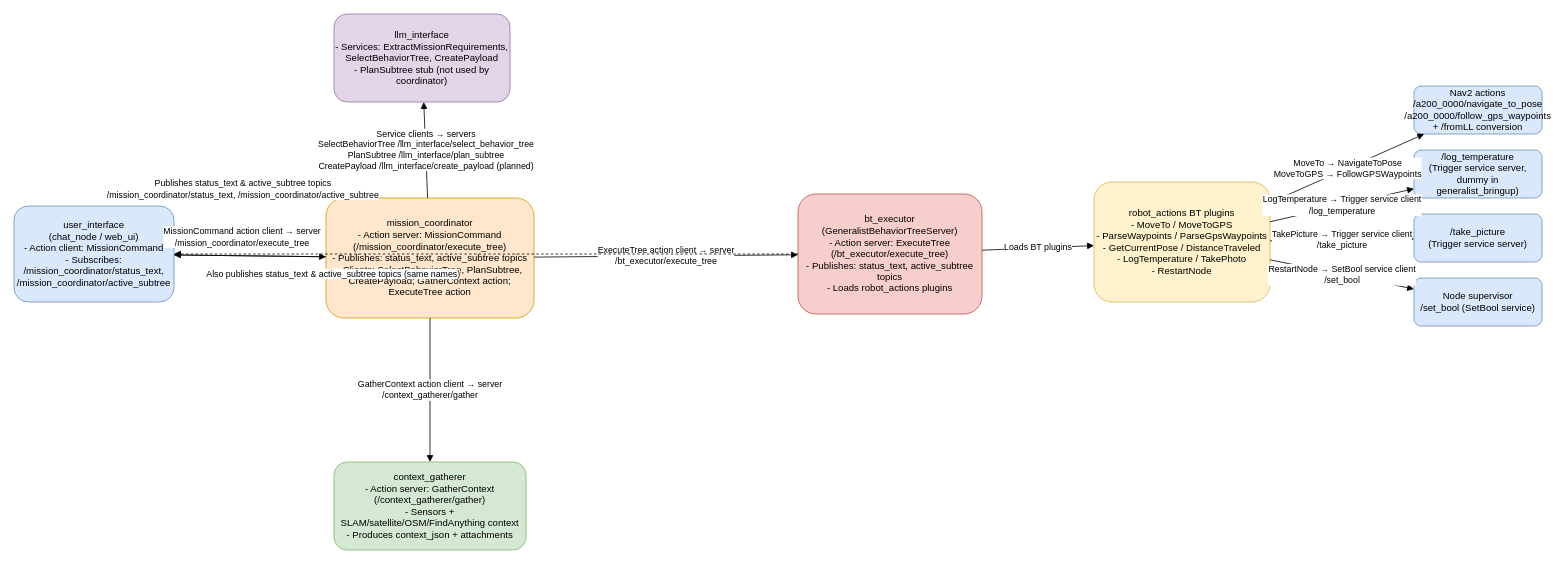
Earlier version of the draw.io diagram docs/ros_class_diagram.drawio (mounteverset/generalist_bt_gen). Source tidied: cells renumbered, new cells numbered last; positions are measured from the earlier drawing's top-left corner, leaving out a move shared by most shapes. Both pictures are drawn from the tidied source at 80%, with x=0, y=0 at pixel (14, 14).
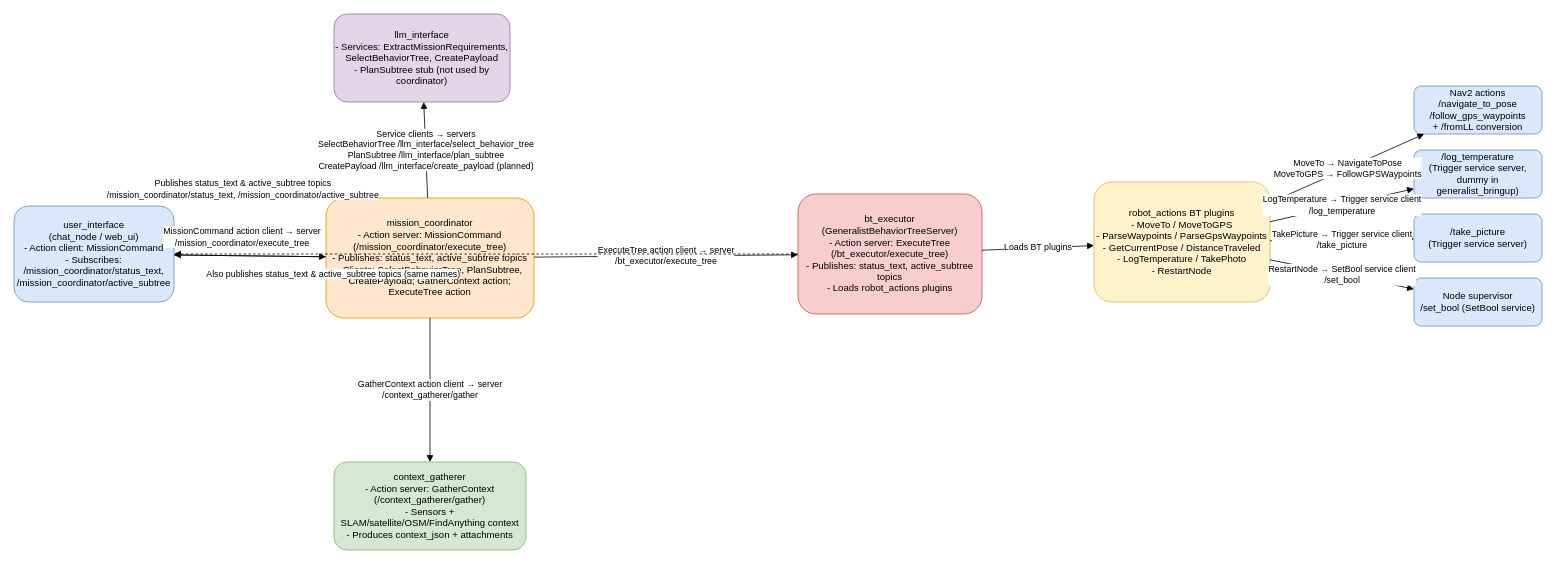
The same page after the edit.

Diff of the diagram source:
```diff
@@
-    <mxCell id="8" value="Nav2 actions&#10;/a200_0000/navigate_to_pose&#10;/a200_0000/follow_gps_waypoints&#10;+ /fromLL conversion" style="rounded=1;whiteSpace=wrap;html=1;fillColor=#dae8fc;strokeColor=#6c8ebf;" parent="1" vertex="1">
+    <mxCell id="8" value="Nav2 actions&#10;/navigate_to_pose&#10;/follow_gps_waypoints&#10;+ /fromLL conversion" style="rounded=1;whiteSpace=wrap;html=1;fillColor=#dae8fc;strokeColor=#6c8ebf;" parent="1" vertex="1">
       <mxGeometry x="1750" y="90" width="160" height="60" as="geometry" />
     </mxCell>
```
